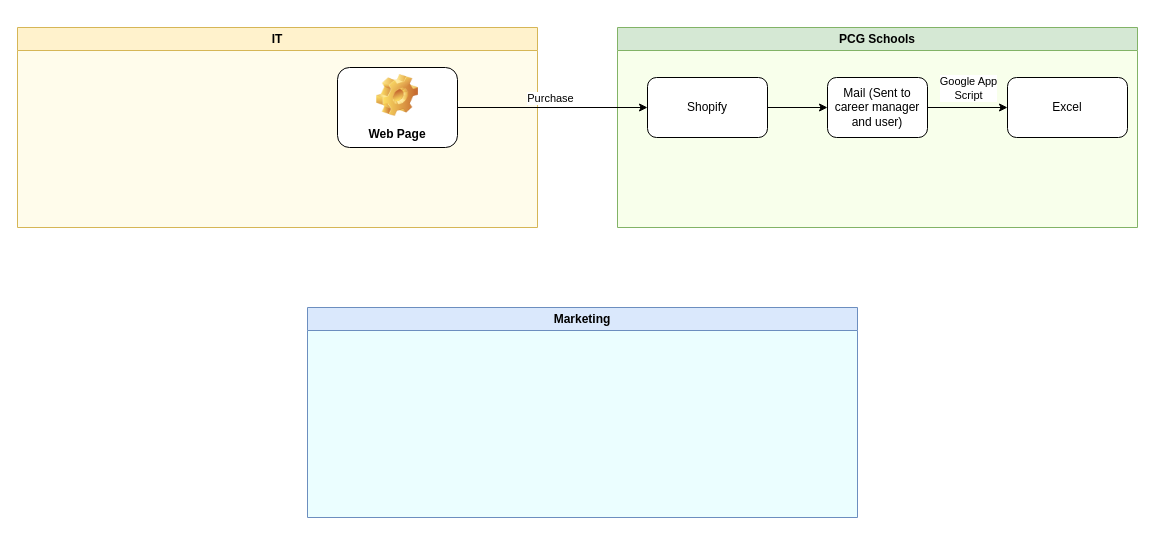
Above: Untitled Diagram.drawio in MrBCendales/nmtCharts (draw.io), before the change. Source tidied: cells renumbered, new cells numbered last; positions are measured from the earlier drawing's top-left corner, leaving out a move shared by most shapes. Both pictures are drawn from the tidied source at 100%, with x=0, y=0 at pixel (17, 27).
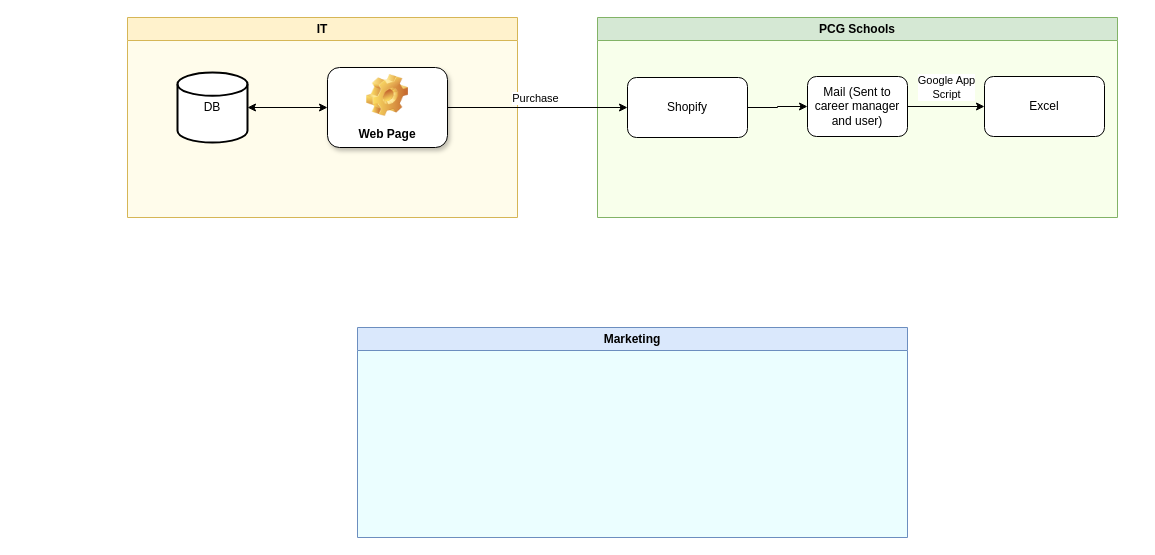
After the change.

Diff of the diagram source:
```diff
@@
 <mxGraphModel>
   <root>
     <mxCell id="0" />
     <mxCell id="1" parent="0" />
     <mxCell id="2" value="PCG Schools" style="swimlane;whiteSpace=wrap;html=1;fillColor=#d5e8d4;strokeColor=#82b366;swimlaneFillColor=#F8FFEB;" parent="1" vertex="1">
-      <mxGeometry x="600" width="520" height="200" as="geometry" />
+      <mxGeometry x="580" y="-10" width="520" height="200" as="geometry" />
     </mxCell>
     <mxCell id="3" style="edgeStyle=orthogonalEdgeStyle;rounded=0;jettySize=auto;html=1;" parent="2" edge="1" source="4" target="7">
       <mxGeometry relative="1" as="geometry" />
     </mxCell>
     <mxCell id="4" value="Shopify" style="rounded=1;whiteSpace=wrap;html=1;" parent="2" vertex="1">
-      <mxGeometry x="30" y="50" width="120" height="60" as="geometry" />
+      <mxGeometry x="30" y="60" width="120" height="60" as="geometry" />
     </mxCell>
     <mxCell id="5" style="edgeStyle=orthogonalEdgeStyle;rounded=0;jettySize=auto;html=1;" parent="2" edge="1" source="7" target="8">
       <mxGeometry relative="1" as="geometry" />
     </mxCell>
     <mxCell id="6" value="Google App&lt;div&gt;Script&lt;/div&gt;" style="edgeLabel;html=1;align=center;verticalAlign=middle;" parent="5" vertex="1">
       <mxGeometry x="0.09" y="-2" relative="1" as="geometry">
         <mxPoint x="-4" y="-22" as="offset" />
       </mxGeometry>
     </mxCell>
     <mxCell id="7" value="Mail (Sent to career manager and user)" style="rounded=1;whiteSpace=wrap;html=1;" parent="2" vertex="1">
-      <mxGeometry x="210" y="50" width="100" height="60" as="geometry" />
+      <mxGeometry x="210" y="59" width="100" height="60" as="geometry" />
     </mxCell>
     <mxCell id="8" value="&lt;div&gt;Excel&lt;/div&gt;" style="rounded=1;whiteSpace=wrap;html=1;" parent="2" vertex="1">
-      <mxGeometry x="390" y="50" width="120" height="60" as="geometry" />
+      <mxGeometry x="387" y="59" width="120" height="60" as="geometry" />
     </mxCell>
     <mxCell id="9" value="Marketing" style="swimlane;whiteSpace=wrap;html=1;fillColor=#dae8fc;strokeColor=#6c8ebf;swimlaneFillColor=#EBFEFF;" parent="1" vertex="1">
-      <mxGeometry x="290" y="280" width="550" height="210" as="geometry" />
+      <mxGeometry x="340" y="300" width="550" height="210" as="geometry" />
     </mxCell>
     <mxCell id="10" value="IT" style="swimlane;whiteSpace=wrap;html=1;fillColor=#fff2cc;strokeColor=#d6b656;gradientColor=none;swimlaneFillColor=#FFFCEB;" parent="1" vertex="1">
-      <mxGeometry width="520" height="200" as="geometry" />
+      <mxGeometry x="110" y="-10" width="390" height="200" as="geometry" />
     </mxCell>
+    <mxCell id="14" style="endArrow=classic;startArrow=classic;html=1;rounded=0;entryX=0;entryY=0.5;entryDx=0;entryDy=0;exitX=1;exitY=0.5;exitDx=0;exitDy=0;exitPerimeter=0;" parent="10" edge="1" source="15" target="11">
+      <mxGeometry relative="1" as="geometry" />
+    </mxCell>
-    <mxCell id="11" value="Web Page" style="label;whiteSpace=wrap;html=1;align=center;verticalAlign=bottom;spacingLeft=0;spacingBottom=4;imageAlign=center;imageVerticalAlign=top;image=img/clipart/Gear_128x128.png;" parent="10" vertex="1">
-      <mxGeometry x="320" y="40" width="120" height="80" as="geometry" />
+    <mxCell id="11" value="Web Page" style="label;whiteSpace=wrap;html=1;align=center;verticalAlign=bottom;spacingLeft=0;spacingBottom=4;imageAlign=center;imageVerticalAlign=top;image=img/clipart/Gear_128x128.png;direction=east;glass=0;shadow=1;" parent="10" vertex="1">
+      <mxGeometry x="200" y="50" width="120" height="80" as="geometry" />
     </mxCell>
+    <mxCell id="15" value="DB" style="strokeWidth=2;html=1;shape=mxgraph.flowchart.database;whiteSpace=wrap;" parent="10" vertex="1">
+      <mxGeometry x="50" y="55" width="70" height="70" as="geometry" />
+    </mxCell>
     <mxCell id="12" style="edgeStyle=orthogonalEdgeStyle;rounded=0;jettySize=auto;html=1;entryX=0;entryY=0.5;entryDx=0;entryDy=0;" parent="1" edge="1" source="11" target="4">
       <mxGeometry relative="1" as="geometry" />
     </mxCell>
     <mxCell id="13" value="Purchase" style="edgeLabel;html=1;align=center;verticalAlign=middle;" parent="12" vertex="1">
       <mxGeometry x="-0.03" y="-3" relative="1" as="geometry">
         <mxPoint y="-13" as="offset" />
       </mxGeometry>
     </mxCell>
   </root>
 </mxGraphModel>
```
